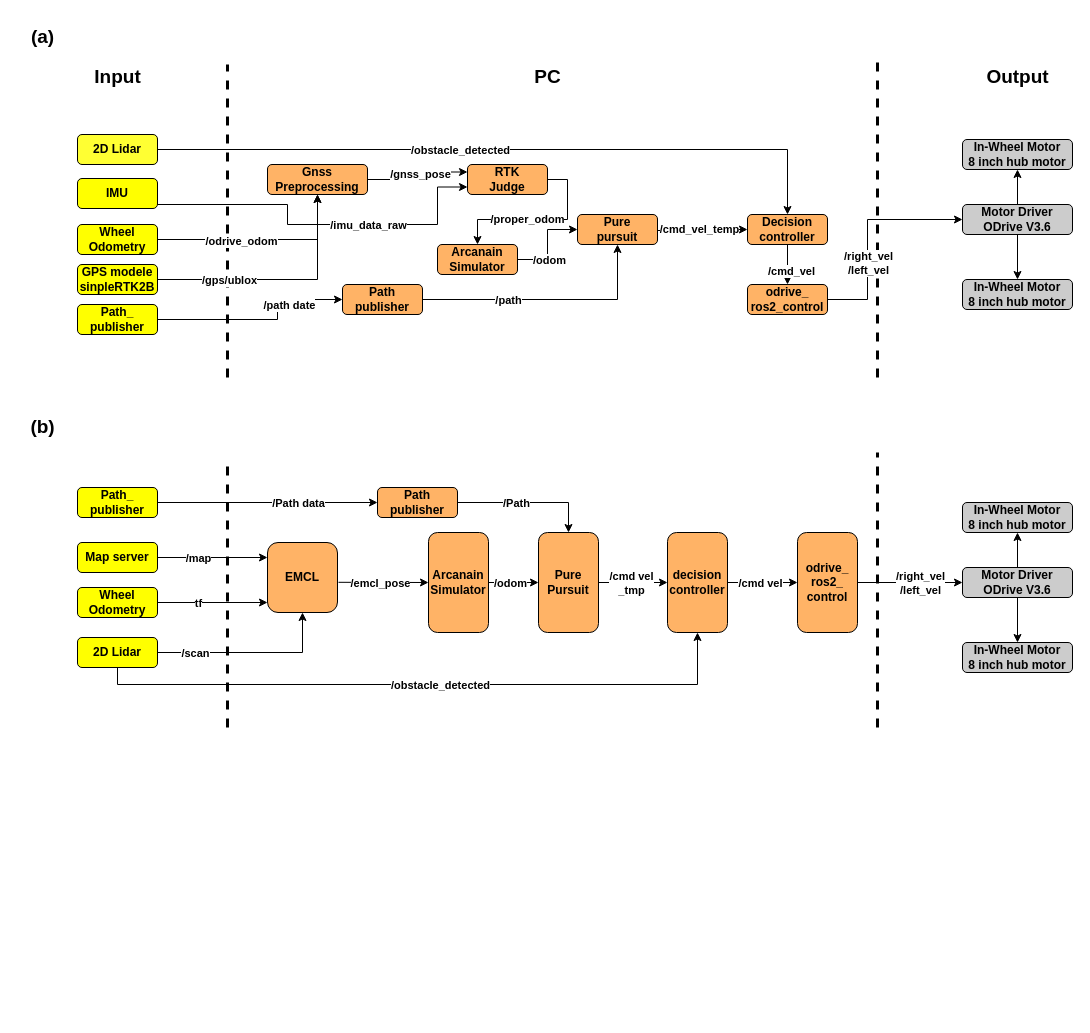
Arcanain/system_architecture keeps this draw.io diagram as GNSS_EMCL.drawio. Above is the earlier version. Source tidied: cells renumbered, new cells numbered last; positions are measured from the earlier drawing's top-left corner, leaving out a move shared by most shapes. Both pictures are drawn from the tidied source at 100%, with x=0, y=0 at pixel (17, 17).
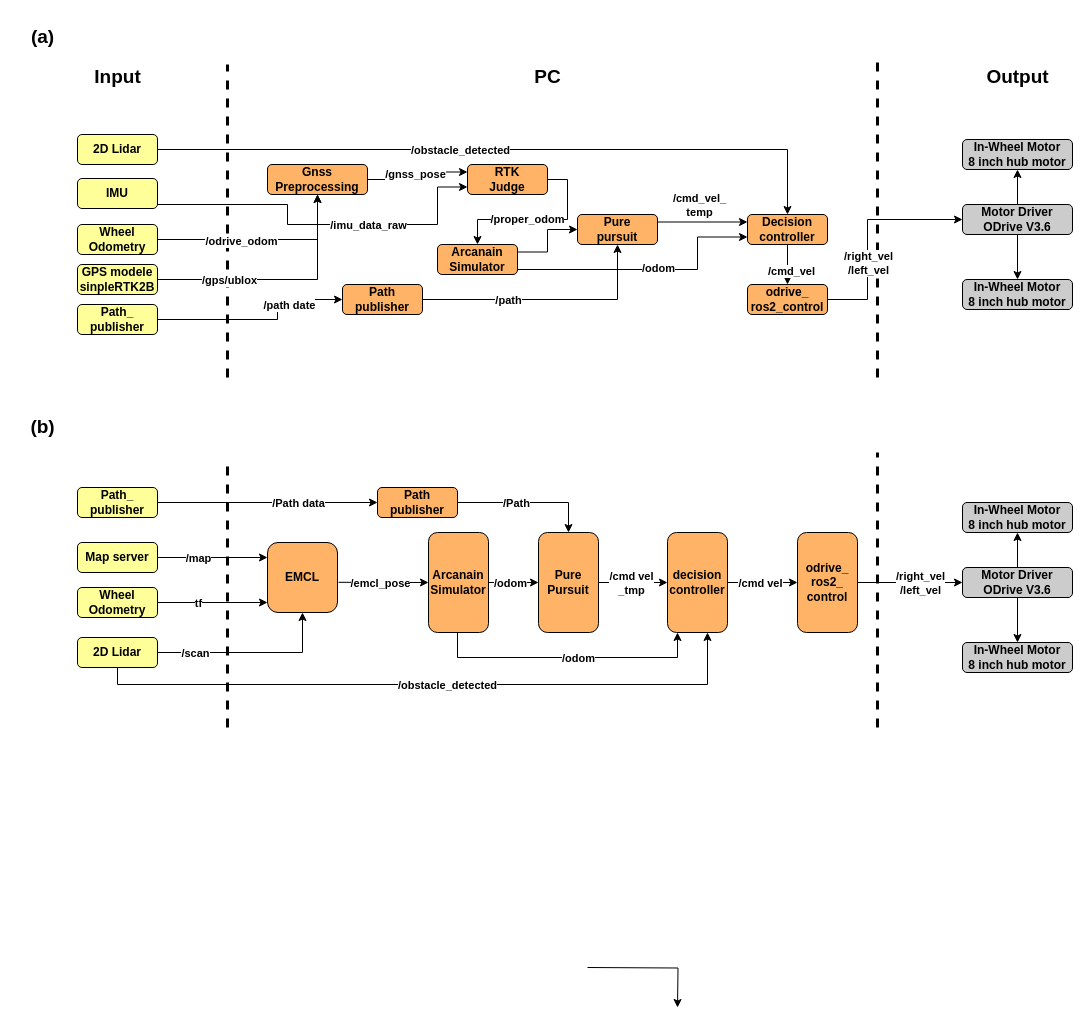
The same diagram, later.

Unchanged cells that the change refers to:
```xml
<mxCell id="9" style="edgeStyle=orthogonalEdgeStyle;rounded=0;jettySize=auto;html=1;exitX=1;exitY=0.5;exitDx=0;exitDy=0;entryX=0;entryY=0.25;entryDx=0;entryDy=0;fontStyle=1;" parent="1" edge="1" source="11" target="14">
  <mxGeometry relative="1" as="geometry" />
</mxCell>
<mxCell id="20" value="Arcanain&lt;div&gt;Simulator&lt;/div&gt;" style="rounded=1;whiteSpace=wrap;html=1;fontStyle=1;fillColor=#FFB366;" parent="1" vertex="1">
  <mxGeometry x="420" y="227" width="80" height="30" as="geometry" />
</mxCell>
<mxCell id="22" value="Pure&lt;div&gt;pursuit&lt;/div&gt;" style="rounded=1;whiteSpace=wrap;html=1;fontStyle=1;fillColor=#FFB366;" parent="1" vertex="1">
  <mxGeometry x="560" y="197" width="80" height="30" as="geometry" />
</mxCell>
<mxCell id="25" value="Decision&lt;div&gt;controller&lt;/div&gt;" style="rounded=1;whiteSpace=wrap;html=1;fontStyle=1;fillColor=#FFB366;" parent="1" vertex="1">
  <mxGeometry x="730" y="197" width="80" height="30" as="geometry" />
</mxCell>
<mxCell id="65" value="decision&lt;div&gt;controller&lt;/div&gt;" style="rounded=1;whiteSpace=wrap;html=1;fontStyle=1;fillColor=#FFB366;" parent="1" vertex="1">
  <mxGeometry x="650" y="515" width="60" height="100" as="geometry" />
</mxCell>
```

Change to the diagram source:
```diff
@@
-    <mxCell id="4" value="2D Lidar" style="rounded=1;whiteSpace=wrap;html=1;fontStyle=1;fillColor=#FFFF33;" parent="1" vertex="1">
+    <mxCell id="4" value="2D Lidar" style="rounded=1;whiteSpace=wrap;html=1;fontStyle=1;fillColor=#FFFF99;" parent="1" vertex="1">
       <mxGeometry x="60" y="117" width="80" height="30" as="geometry" />
     </mxCell>
-    <mxCell id="5" value="GPS modele&lt;div&gt;sinpleRTK2B&lt;/div&gt;" style="rounded=1;whiteSpace=wrap;html=1;fontStyle=1;fillColor=#FFFF00;" parent="1" vertex="1">
+    <mxCell id="5" value="GPS modele&lt;div&gt;sinpleRTK2B&lt;/div&gt;" style="rounded=1;whiteSpace=wrap;html=1;fontStyle=1;fillColor=#FFFF99;" parent="1" vertex="1">
       <mxGeometry x="60" y="247" width="80" height="30" as="geometry" />
     </mxCell>
-    <mxCell id="6" value="Path_&lt;div&gt;publisher&lt;/div&gt;" style="rounded=1;whiteSpace=wrap;html=1;fontStyle=1;fillColor=#FFFF00;" parent="1" vertex="1">
+    <mxCell id="6" value="Path_&lt;div&gt;publisher&lt;/div&gt;" style="rounded=1;whiteSpace=wrap;html=1;fontStyle=1;fillColor=#FFFF99;" parent="1" vertex="1">
       <mxGeometry x="60" y="287" width="80" height="30" as="geometry" />
     </mxCell>
-    <mxCell id="7" value="IMU" style="rounded=1;whiteSpace=wrap;html=1;fontStyle=1;fillColor=#FFFF00;" parent="1" vertex="1">
+    <mxCell id="7" value="IMU" style="rounded=1;whiteSpace=wrap;html=1;fontStyle=1;fillColor=#FFFF99;" parent="1" vertex="1">
       <mxGeometry x="60" y="161" width="80" height="30" as="geometry" />
     </mxCell>
-    <mxCell id="8" value="Wheel&lt;div&gt;Odometry&lt;/div&gt;" style="rounded=1;whiteSpace=wrap;html=1;fontStyle=1;fillColor=#FFFF00;" parent="1" vertex="1">
+    <mxCell id="8" value="Wheel&lt;div&gt;Odometry&lt;/div&gt;" style="rounded=1;whiteSpace=wrap;html=1;fontStyle=1;fillColor=#FFFF99;" parent="1" vertex="1">
       <mxGeometry x="60" y="207" width="80" height="30" as="geometry" />
     </mxCell>
@@
     <mxCell id="10" value="/gnss_pose" style="edgeLabel;html=1;align=center;verticalAlign=middle;fontStyle=1;" parent="9" vertex="1">
-      <mxGeometry x="0.12" y="-2" relative="1" as="geometry" />
+      <mxGeometry x="0.12" y="-2" relative="1" as="geometry">
+        <mxPoint x="-5" as="offset" />
+      </mxGeometry>
     </mxCell>
@@
-    <mxCell id="18" style="edgeStyle=orthogonalEdgeStyle;rounded=0;jettySize=auto;html=1;exitX=1;exitY=0.5;exitDx=0;exitDy=0;entryX=0;entryY=0.5;entryDx=0;entryDy=0;fontStyle=1;" parent="1" edge="1" source="20" target="22">
-      <mxGeometry relative="1" as="geometry" />
+    <mxCell id="18" style="edgeStyle=orthogonalEdgeStyle;rounded=0;jettySize=auto;html=1;exitX=1;exitY=0.25;exitDx=0;exitDy=0;entryX=0;entryY=0.5;entryDx=0;entryDy=0;fontStyle=1;" parent="1" edge="1" source="20" target="22">
+      <mxGeometry relative="1" as="geometry">
+        <Array as="points">
+          <mxPoint x="530" y="234" />
+          <mxPoint x="530" y="212" />
+        </Array>
+      </mxGeometry>
     </mxCell>
-    <mxCell id="19" value="/odom" style="edgeLabel;html=1;align=center;verticalAlign=middle;fontStyle=1;" parent="18" vertex="1">
-      <mxGeometry x="-0.33" y="-1" relative="1" as="geometry" />
+    <mxCell id="19" value="/cmd_vel_&lt;br&gt;temp" style="edgeLabel;html=1;align=center;verticalAlign=middle;fontStyle=1;" parent="18" vertex="1">
+      <mxGeometry x="-0.33" y="-1" relative="1" as="geometry">
+        <mxPoint x="153" y="-48" as="offset" />
+      </mxGeometry>
     </mxCell>
@@
-    <mxCell id="21" value="/cmd_vel_temp" style="edgeStyle=orthogonalEdgeStyle;rounded=0;jettySize=auto;html=1;exitX=1;exitY=0.5;exitDx=0;exitDy=0;entryX=0;entryY=0.5;entryDx=0;entryDy=0;fontStyle=1;" parent="1" edge="1" target="25">
-      <mxGeometry relative="1" as="geometry">
-        <mxPoint x="636" y="212" as="sourcePoint" />
-        <Array as="points">
-          <mxPoint x="636" y="213" />
-          <mxPoint x="670" y="213" />
-        </Array>
-      </mxGeometry>
-    </mxCell>
+    <mxCell id="88" style="edgeStyle=none;html=1;exitX=1;exitY=0.25;exitDx=0;exitDy=0;entryX=0;entryY=0.25;entryDx=0;entryDy=0;" parent="1" edge="1" source="22" target="25">
+      <mxGeometry relative="1" as="geometry" />
+    </mxCell>
@@
-    <mxCell id="51" value="2D Lidar" style="rounded=1;whiteSpace=wrap;html=1;fontStyle=1;fillColor=#FFFF00;" parent="1" vertex="1">
+    <mxCell id="51" value="2D Lidar" style="rounded=1;whiteSpace=wrap;html=1;fontStyle=1;fillColor=#FFFF99;" parent="1" vertex="1">
       <mxGeometry x="60" y="620" width="80" height="30" as="geometry" />
     </mxCell>
@@
-    <mxCell id="53" value="Path_&lt;div&gt;publisher&lt;/div&gt;" style="rounded=1;whiteSpace=wrap;html=1;fontStyle=1;fillColor=#FFFF00;" parent="1" vertex="1">
+    <mxCell id="53" value="Path_&lt;div&gt;publisher&lt;/div&gt;" style="rounded=1;whiteSpace=wrap;html=1;fontStyle=1;fillColor=#FFFF99;" parent="1" vertex="1">
       <mxGeometry x="60" y="470" width="80" height="30" as="geometry" />
     </mxCell>
@@
-    <mxCell id="55" value="Map server" style="rounded=1;whiteSpace=wrap;html=1;fontStyle=1;fillColor=#FFFF00;" parent="1" vertex="1">
+    <mxCell id="55" value="Map server" style="rounded=1;whiteSpace=wrap;html=1;fontStyle=1;fillColor=#FFFF99;" parent="1" vertex="1">
       <mxGeometry x="60" y="525" width="80" height="30" as="geometry" />
     </mxCell>
@@
-    <mxCell id="57" value="Wheel&lt;div&gt;Odometry&lt;/div&gt;" style="rounded=1;whiteSpace=wrap;html=1;fontStyle=1;fillColor=#FFFF00;" parent="1" vertex="1">
+    <mxCell id="57" value="Wheel&lt;div&gt;Odometry&lt;/div&gt;" style="rounded=1;whiteSpace=wrap;html=1;fontStyle=1;fillColor=#FFFF99;" parent="1" vertex="1">
       <mxGeometry x="60" y="570" width="80" height="30" as="geometry" />
     </mxCell>
@@
-    <mxCell id="80" style="edgeStyle=orthogonalEdgeStyle;rounded=0;jettySize=auto;html=1;fontStyle=1;entryX=0.5;entryY=1;entryDx=0;entryDy=0;" parent="1" edge="1" target="65">
+    <mxCell id="80" style="edgeStyle=orthogonalEdgeStyle;rounded=0;orthogonalLoop=1;jettySize=auto;html=1;fontStyle=1;" parent="1" edge="1">
       <mxGeometry relative="1" as="geometry">
         <mxPoint x="100" y="650" as="sourcePoint" />
+        <mxPoint x="690" y="615" as="targetPoint" />
         <Array as="points">
           <mxPoint x="100" y="667" />
-          <mxPoint x="680" y="667" />
+          <mxPoint x="690" y="667" />
+          <mxPoint x="690" y="615" />
         </Array>
       </mxGeometry>
     </mxCell>
@@
+    <mxCell id="89" style="edgeStyle=orthogonalEdgeStyle;rounded=0;orthogonalLoop=1;jettySize=auto;html=1;fontStyle=1;" parent="1" edge="1">
+      <mxGeometry relative="1" as="geometry">
+        <mxPoint x="570" y="950" as="sourcePoint" />
+        <mxPoint x="660" y="990" as="targetPoint" />
+      </mxGeometry>
+    </mxCell>
+    <mxCell id="90" style="edgeStyle=orthogonalEdgeStyle;rounded=0;orthogonalLoop=1;jettySize=auto;html=1;fontStyle=1;" parent="1" edge="1">
+      <mxGeometry relative="1" as="geometry">
+        <mxPoint x="440" y="615" as="sourcePoint" />
+        <mxPoint x="660" y="615" as="targetPoint" />
+        <Array as="points">
+          <mxPoint x="440" y="640" />
+          <mxPoint x="660" y="640" />
+        </Array>
+      </mxGeometry>
+    </mxCell>
+    <mxCell id="91" value="/odom" style="edgeLabel;html=1;align=center;verticalAlign=middle;fontStyle=1;" parent="1" vertex="1">
+      <mxGeometry x="560" y="640" as="geometry" />
+    </mxCell>
+    <mxCell id="92" style="edgeStyle=orthogonalEdgeStyle;rounded=0;jettySize=auto;html=1;exitX=1;exitY=0.5;exitDx=0;exitDy=0;entryX=0;entryY=0.75;entryDx=0;entryDy=0;fontStyle=1;" parent="1" edge="1" target="25">
+      <mxGeometry relative="1" as="geometry">
+        <mxPoint x="500" y="252" as="sourcePoint" />
+        <Array as="points">
+          <mxPoint x="680" y="252" />
+          <mxPoint x="680" y="220" />
+          <mxPoint x="730" y="220" />
+        </Array>
+      </mxGeometry>
+    </mxCell>
+    <mxCell id="93" value="/odom" style="edgeLabel;html=1;align=center;verticalAlign=middle;fontStyle=1;" parent="92" vertex="1">
+      <mxGeometry x="0.1" y="1" relative="1" as="geometry">
+        <mxPoint x="-4" y="-1" as="offset" />
+      </mxGeometry>
+    </mxCell>
```
